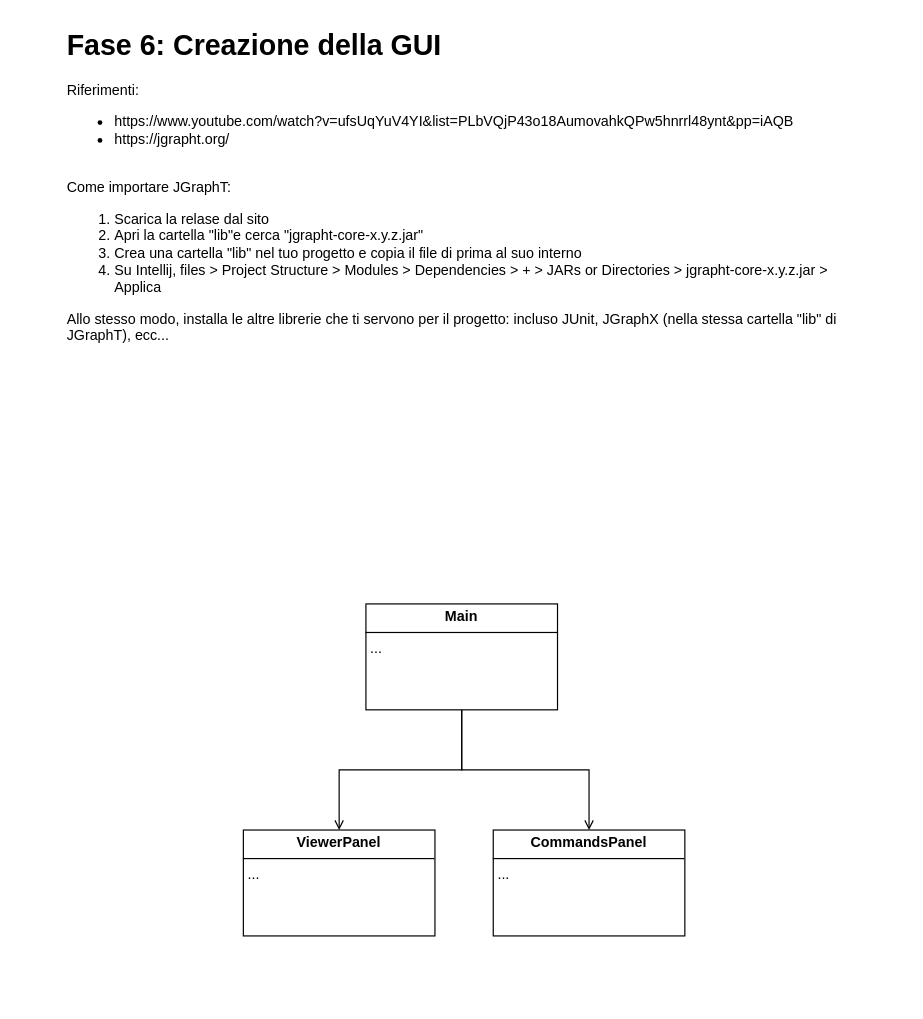
Earlier version of the draw.io diagram page "Parte 6 - Creazione GUI" (6 of 9) of organigramma-aziendale.drawio (riccardo-florio/organigramma_aziendale). Source tidied: cells renumbered, new cells numbered last; positions are measured from the earlier drawing's top-left corner, leaving out a move shared by most shapes. Both pictures are drawn from the tidied source at 119%, with x=0, y=0 at pixel (64, 20).
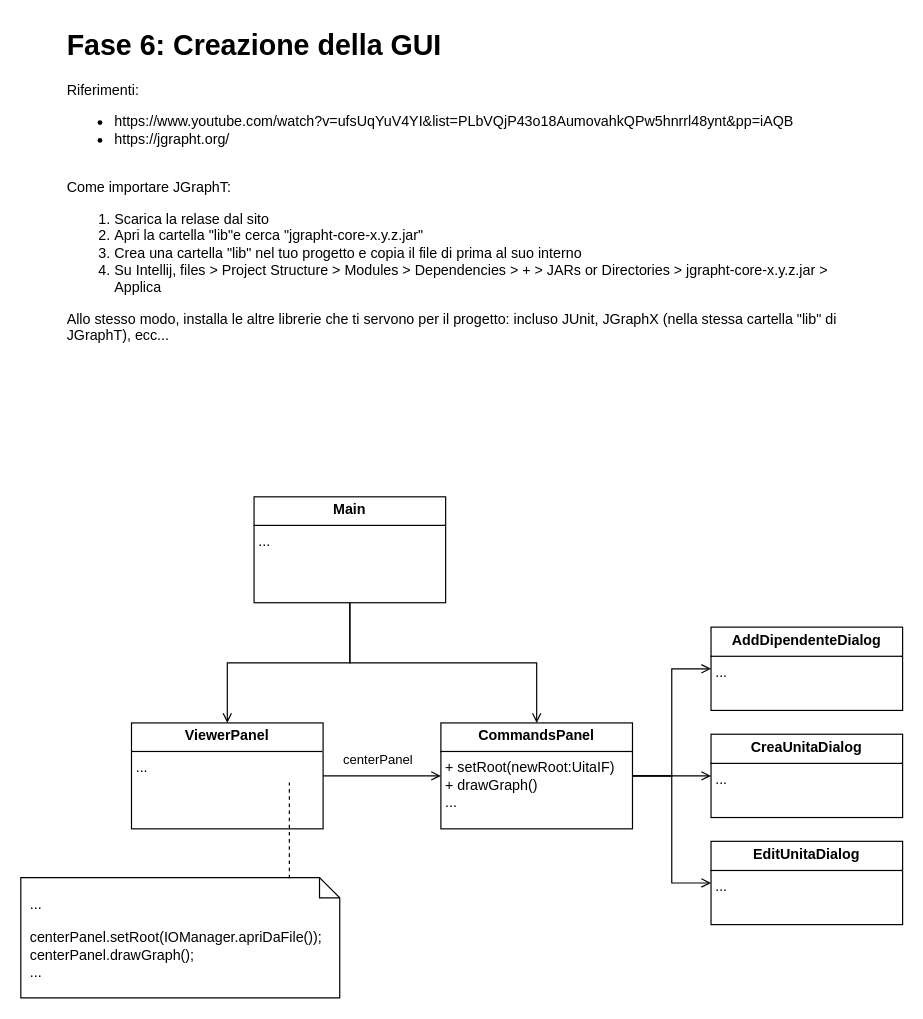
Above is the later version.

Change to the diagram source:
```diff
@@
 <mxGraphModel>
   <root>
     <mxCell id="0" />
     <mxCell id="1" parent="0" />
     <mxCell id="2" value="&lt;h1 style=&quot;margin-top: 0px;&quot;&gt;Fase 6: Creazione della GUI&lt;/h1&gt;&lt;p&gt;Riferimenti:&lt;/p&gt;&lt;p&gt;&lt;/p&gt;&lt;ul&gt;&lt;li&gt;https://www.youtube.com/watch?v=ufsUqYuV4YI&amp;amp;list=PLbVQjP43o18AumovahkQPw5hnrrl48ynt&amp;amp;pp=iAQB&lt;/li&gt;&lt;li&gt;https://jgrapht.org/&lt;br&gt;&lt;/li&gt;&lt;/ul&gt;&lt;div&gt;&lt;br&gt;&lt;/div&gt;&lt;div&gt;Come importare JGraphT:&lt;/div&gt;&lt;div&gt;&lt;ol&gt;&lt;li&gt;Scarica la relase dal sito&lt;/li&gt;&lt;li&gt;Apri la cartella &quot;lib&quot;e cerca &quot;jgrapht-core-x.y.z.jar&quot;&lt;/li&gt;&lt;li&gt;Crea una cartella &quot;lib&quot; nel tuo progetto e copia il file di prima al suo interno&lt;/li&gt;&lt;li&gt;Su Intellij, files &amp;gt; Project Structure &amp;gt; Modules &amp;gt; Dependencies &amp;gt; + &amp;gt; JARs or Directories &amp;gt; jgrapht-core-x.y.z.jar &amp;gt; Applica&lt;br&gt;&lt;/li&gt;&lt;/ol&gt;&lt;div&gt;Allo stesso modo, installa le altre librerie che ti servono per il progetto: incluso JUnit, JGraphX (nella stessa cartella &quot;lib&quot; di JGraphT), ecc...&lt;/div&gt;&lt;/div&gt;" style="text;html=1;whiteSpace=wrap;overflow=hidden;rounded=0;" parent="1" vertex="1">
       <mxGeometry width="680" height="280" as="geometry" />
     </mxCell>
     <mxCell id="3" style="edgeStyle=orthogonalEdgeStyle;rounded=0;jettySize=auto;html=1;entryX=0.5;entryY=0;entryDx=0;entryDy=0;endArrow=open;endFill=0;" parent="1" edge="1" source="5" target="7">
       <mxGeometry relative="1" as="geometry" />
     </mxCell>
     <mxCell id="4" style="edgeStyle=orthogonalEdgeStyle;rounded=0;jettySize=auto;html=1;exitX=0.5;exitY=1;exitDx=0;exitDy=0;entryX=0.5;entryY=0;entryDx=0;entryDy=0;endArrow=open;endFill=0;" parent="1" edge="1" source="5" target="6">
       <mxGeometry relative="1" as="geometry" />
     </mxCell>
     <mxCell id="5" value="&lt;p style=&quot;margin:0px;margin-top:4px;text-align:center;&quot;&gt;&lt;b&gt;Main&lt;/b&gt;&lt;/p&gt;&lt;hr size=&quot;1&quot; style=&quot;border-style:solid;&quot;&gt;&lt;p style=&quot;margin:0px;margin-left:4px;&quot;&gt;&lt;/p&gt;&lt;p style=&quot;margin:0px;margin-left:4px;&quot;&gt;...&lt;/p&gt;&lt;p style=&quot;margin:0px;margin-left:4px;&quot;&gt;&lt;br&gt;&lt;/p&gt;" style="verticalAlign=top;align=left;overflow=fill;html=1;whiteSpace=wrap;" parent="1" vertex="1">
-      <mxGeometry x="253" y="490" width="161" height="89" as="geometry" />
+      <mxGeometry x="159" y="400" width="161" height="89" as="geometry" />
     </mxCell>
+    <mxCell id="8" style="edgeStyle=orthogonalEdgeStyle;rounded=0;jettySize=auto;html=1;entryX=0;entryY=0.5;entryDx=0;entryDy=0;endArrow=open;endFill=0;" parent="1" edge="1" source="6" target="15">
+      <mxGeometry relative="1" as="geometry" />
+    </mxCell>
+    <mxCell id="9" style="edgeStyle=orthogonalEdgeStyle;rounded=0;jettySize=auto;html=1;entryX=0;entryY=0.5;entryDx=0;entryDy=0;endArrow=open;endFill=0;" parent="1" edge="1" source="6" target="16">
+      <mxGeometry relative="1" as="geometry" />
+    </mxCell>
+    <mxCell id="10" style="edgeStyle=orthogonalEdgeStyle;rounded=0;jettySize=auto;html=1;entryX=0;entryY=0.5;entryDx=0;entryDy=0;endArrow=open;endFill=0;" parent="1" edge="1" source="6" target="17">
+      <mxGeometry relative="1" as="geometry" />
+    </mxCell>
-    <mxCell id="6" value="&lt;p style=&quot;margin:0px;margin-top:4px;text-align:center;&quot;&gt;&lt;b&gt;CommandsPanel&lt;/b&gt;&lt;/p&gt;&lt;hr size=&quot;1&quot; style=&quot;border-style:solid;&quot;&gt;&lt;p style=&quot;margin:0px;margin-left:4px;&quot;&gt;&lt;/p&gt;&lt;p style=&quot;margin:0px;margin-left:4px;&quot;&gt;...&lt;/p&gt;&lt;p style=&quot;margin:0px;margin-left:4px;&quot;&gt;&lt;br&gt;&lt;/p&gt;" style="verticalAlign=top;align=left;overflow=fill;html=1;whiteSpace=wrap;" parent="1" vertex="1">
-      <mxGeometry x="360" y="680" width="161" height="89" as="geometry" />
+    <mxCell id="6" value="&lt;p style=&quot;margin:0px;margin-top:4px;text-align:center;&quot;&gt;&lt;b&gt;CommandsPanel&lt;/b&gt;&lt;/p&gt;&lt;hr size=&quot;1&quot; style=&quot;border-style:solid;&quot;&gt;&lt;p style=&quot;margin:0px;margin-left:4px;&quot;&gt;&lt;/p&gt;&lt;p style=&quot;margin:0px;margin-left:4px;&quot;&gt;+ setRoot(newRoot:UitaIF)&lt;/p&gt;&lt;p style=&quot;margin:0px;margin-left:4px;&quot;&gt;+ drawGraph()&lt;/p&gt;&lt;p style=&quot;margin:0px;margin-left:4px;&quot;&gt;...&lt;/p&gt;&lt;p style=&quot;margin:0px;margin-left:4px;&quot;&gt;&lt;br&gt;&lt;/p&gt;" style="verticalAlign=top;align=left;overflow=fill;html=1;whiteSpace=wrap;" parent="1" vertex="1">
+      <mxGeometry x="316" y="590" width="161" height="89" as="geometry" />
     </mxCell>
+    <mxCell id="11" style="edgeStyle=orthogonalEdgeStyle;rounded=0;jettySize=auto;html=1;endArrow=open;endFill=0;" parent="1" edge="1" source="7" target="6">
+      <mxGeometry relative="1" as="geometry" />
+    </mxCell>
+    <mxCell id="12" value="centerPanel" style="edgeLabel;html=1;align=center;verticalAlign=middle;" parent="11" vertex="1">
+      <mxGeometry x="0.22" relative="1" as="geometry">
+        <mxPoint x="-15" y="-14" as="offset" />
+      </mxGeometry>
+    </mxCell>
     <mxCell id="7" value="&lt;p style=&quot;margin:0px;margin-top:4px;text-align:center;&quot;&gt;&lt;b&gt;ViewerPanel&lt;/b&gt;&lt;/p&gt;&lt;hr size=&quot;1&quot; style=&quot;border-style:solid;&quot;&gt;&lt;p style=&quot;margin:0px;margin-left:4px;&quot;&gt;&lt;/p&gt;&lt;p style=&quot;margin:0px;margin-left:4px;&quot;&gt;...&lt;/p&gt;&lt;p style=&quot;margin:0px;margin-left:4px;&quot;&gt;&lt;br&gt;&lt;/p&gt;" style="verticalAlign=top;align=left;overflow=fill;html=1;whiteSpace=wrap;" parent="1" vertex="1">
-      <mxGeometry x="150" y="680" width="161" height="89" as="geometry" />
+      <mxGeometry x="56" y="590" width="161" height="89" as="geometry" />
     </mxCell>
+    <mxCell id="13" value="...&lt;div&gt;&lt;br&gt;&lt;/div&gt;&lt;div&gt;centerPanel.setRoot(IOManager.apriDaFile());&lt;/div&gt;&lt;div&gt;centerPanel.drawGraph();&lt;/div&gt;&lt;div&gt;...&lt;/div&gt;" style="shape=note2;boundedLbl=1;whiteSpace=wrap;html=1;size=17;verticalAlign=middle;align=left;fontSize=12;spacing=8;" parent="1" vertex="1">
+      <mxGeometry x="-37" y="720" width="268" height="101" as="geometry" />
+    </mxCell>
+    <mxCell id="14" style="edgeStyle=orthogonalEdgeStyle;rounded=0;jettySize=auto;html=1;dashed=1;endArrow=none;endFill=0;exitX=0.842;exitY=0.006;exitDx=0;exitDy=0;exitPerimeter=0;entryX=0.824;entryY=0.562;entryDx=0;entryDy=0;entryPerimeter=0;" parent="1" edge="1" source="13" target="7">
+      <mxGeometry relative="1" as="geometry" />
+    </mxCell>
+    <mxCell id="15" value="&lt;p style=&quot;margin:0px;margin-top:4px;text-align:center;&quot;&gt;&lt;b&gt;AddDipendenteDialog&lt;/b&gt;&lt;/p&gt;&lt;hr size=&quot;1&quot; style=&quot;border-style:solid;&quot;&gt;&lt;p style=&quot;margin:0px;margin-left:4px;&quot;&gt;&lt;/p&gt;&lt;p style=&quot;margin:0px;margin-left:4px;&quot;&gt;&lt;span style=&quot;background-color: initial;&quot;&gt;...&lt;/span&gt;&lt;br&gt;&lt;/p&gt;&lt;p style=&quot;margin:0px;margin-left:4px;&quot;&gt;&lt;br&gt;&lt;/p&gt;" style="verticalAlign=top;align=left;overflow=fill;html=1;whiteSpace=wrap;" parent="1" vertex="1">
+      <mxGeometry x="543" y="509.5" width="161" height="70" as="geometry" />
+    </mxCell>
+    <mxCell id="16" value="&lt;p style=&quot;margin:0px;margin-top:4px;text-align:center;&quot;&gt;&lt;b&gt;CreaUnitaDialog&lt;/b&gt;&lt;/p&gt;&lt;hr size=&quot;1&quot; style=&quot;border-style:solid;&quot;&gt;&lt;p style=&quot;margin:0px;margin-left:4px;&quot;&gt;&lt;/p&gt;&lt;p style=&quot;margin:0px;margin-left:4px;&quot;&gt;&lt;span style=&quot;background-color: initial;&quot;&gt;...&lt;/span&gt;&lt;br&gt;&lt;/p&gt;&lt;p style=&quot;margin:0px;margin-left:4px;&quot;&gt;&lt;br&gt;&lt;/p&gt;" style="verticalAlign=top;align=left;overflow=fill;html=1;whiteSpace=wrap;" parent="1" vertex="1">
+      <mxGeometry x="543" y="599.5" width="161" height="70" as="geometry" />
+    </mxCell>
+    <mxCell id="17" value="&lt;p style=&quot;margin:0px;margin-top:4px;text-align:center;&quot;&gt;&lt;b&gt;EditUnitaDialog&lt;/b&gt;&lt;/p&gt;&lt;hr size=&quot;1&quot; style=&quot;border-style:solid;&quot;&gt;&lt;p style=&quot;margin:0px;margin-left:4px;&quot;&gt;&lt;/p&gt;&lt;p style=&quot;margin:0px;margin-left:4px;&quot;&gt;&lt;span style=&quot;background-color: initial;&quot;&gt;...&lt;/span&gt;&lt;br&gt;&lt;/p&gt;&lt;p style=&quot;margin:0px;margin-left:4px;&quot;&gt;&lt;br&gt;&lt;/p&gt;" style="verticalAlign=top;align=left;overflow=fill;html=1;whiteSpace=wrap;" parent="1" vertex="1">
+      <mxGeometry x="543" y="689.5" width="161" height="70" as="geometry" />
+    </mxCell>
   </root>
 </mxGraphModel>
```
